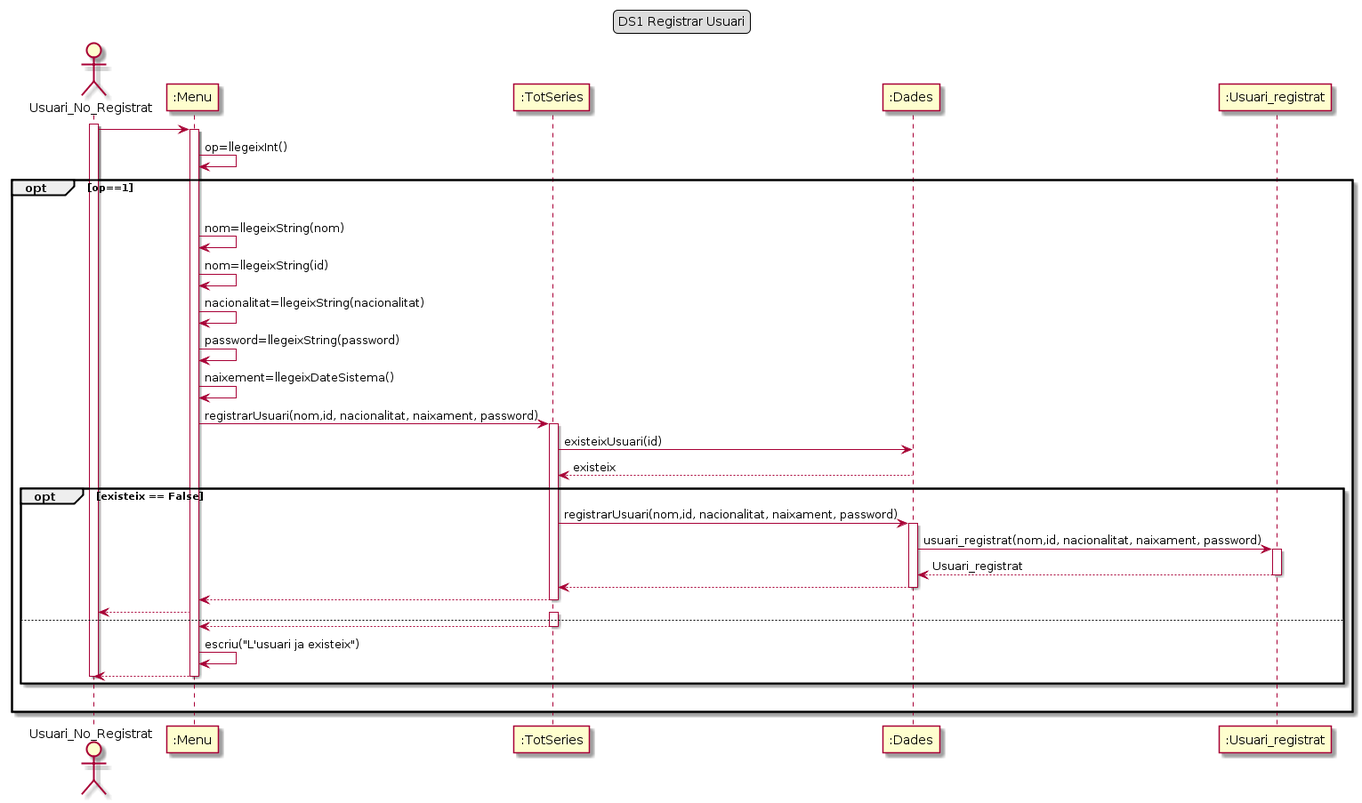
Before: Lab4/DS/DS1 RegistrarUser.png, a diagram exported from PlantUML (Ralleg314/DS).
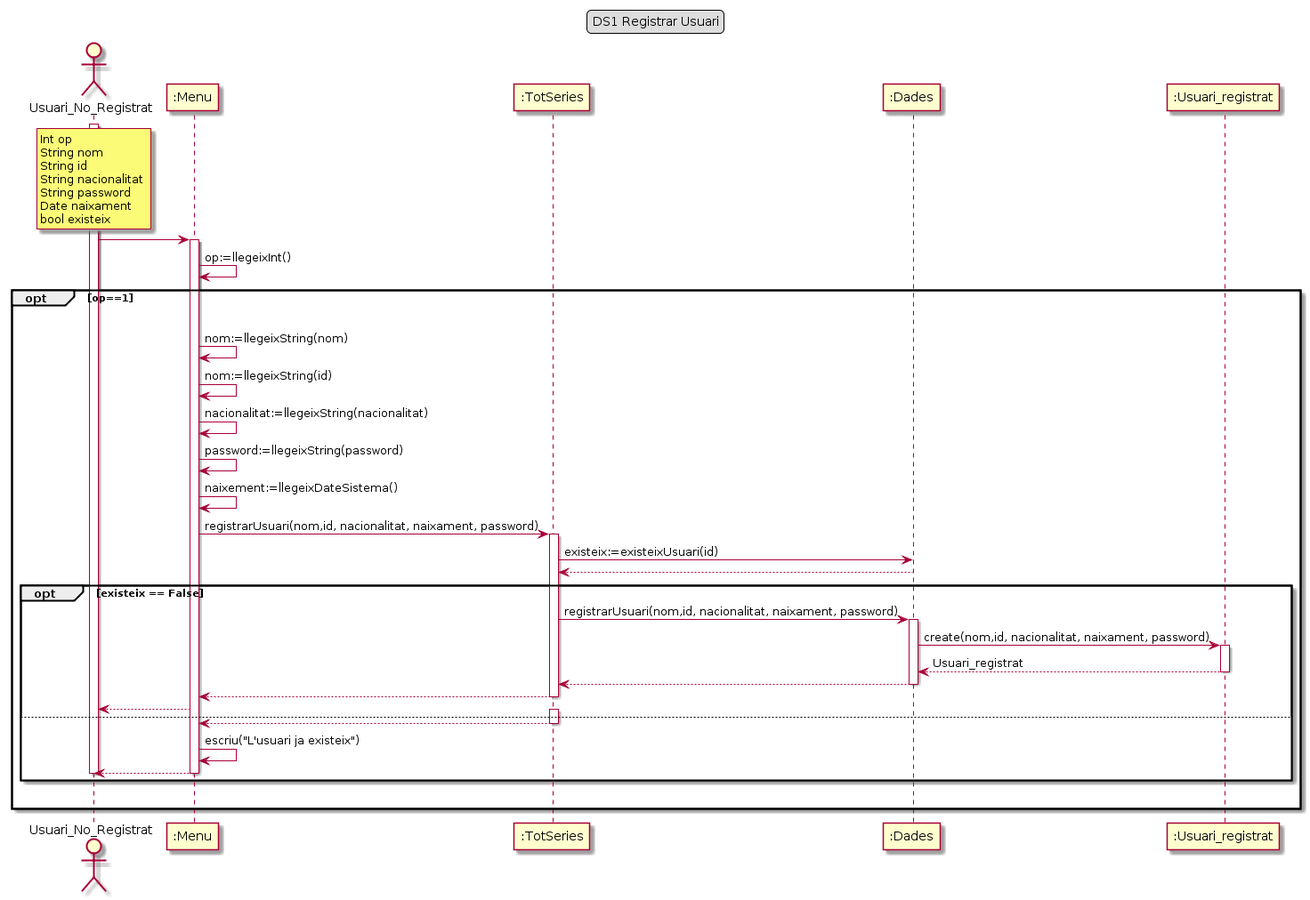
The same file after the commit.

The edit, as a diff of the source:
```diff
@@ -5,6 +5,15 @@
 
 actor Usuari_No_Registrat as usuari
 activate usuari
+rnote over usuari
+    Int op
+    String nom
+    String id
+    String nacionalitat
+    String password
+    Date naixament
+    bool existeix
+end rnote
 
 participant ":Menu" as menu
 participant ":TotSeries" as TS
@@ -13,19 +22,19 @@
 
 usuari -> menu
 activate menu
-menu -> menu: op=llegeixInt()
+menu -> menu: op:=llegeixInt()
 opt op==1
     |||
-    menu -> menu: nom=llegeixString(nom)
-    menu -> menu: nom=llegeixString(id)
-    menu -> menu: nacionalitat=llegeixString(nacionalitat)
-    menu -> menu: password=llegeixString(password)
-    menu -> menu: naixement=llegeixDateSistema()
+    menu -> menu: nom:=llegeixString(nom)
+    menu -> menu: nom:=llegeixString(id)
+    menu -> menu: nacionalitat:=llegeixString(nacionalitat)
+    menu -> menu: password:=llegeixString(password)
+    menu -> menu: naixement:=llegeixDateSistema()
     menu -> TS: registrarUsuari(nom,id, nacionalitat, naixament, password)
     activate TS
 
-    TS -> dades : existeixUsuari(id)
-    dades ---> TS : existeix
+    TS -> dades : existeix:=existeixUsuari(id)
+    dades ---> TS
 
 
 
@@ -33,7 +42,7 @@
 
     TS -> dades : registrarUsuari(nom,id, nacionalitat, naixament, password)
     activate dades
-    dades -> us : usuari_registrat(nom,id, nacionalitat, naixament, password)
+    dades -> us : create(nom,id, nacionalitat, naixament, password)
     activate us
     us ---> dades : Usuari_registrat
     deactivate us
```
